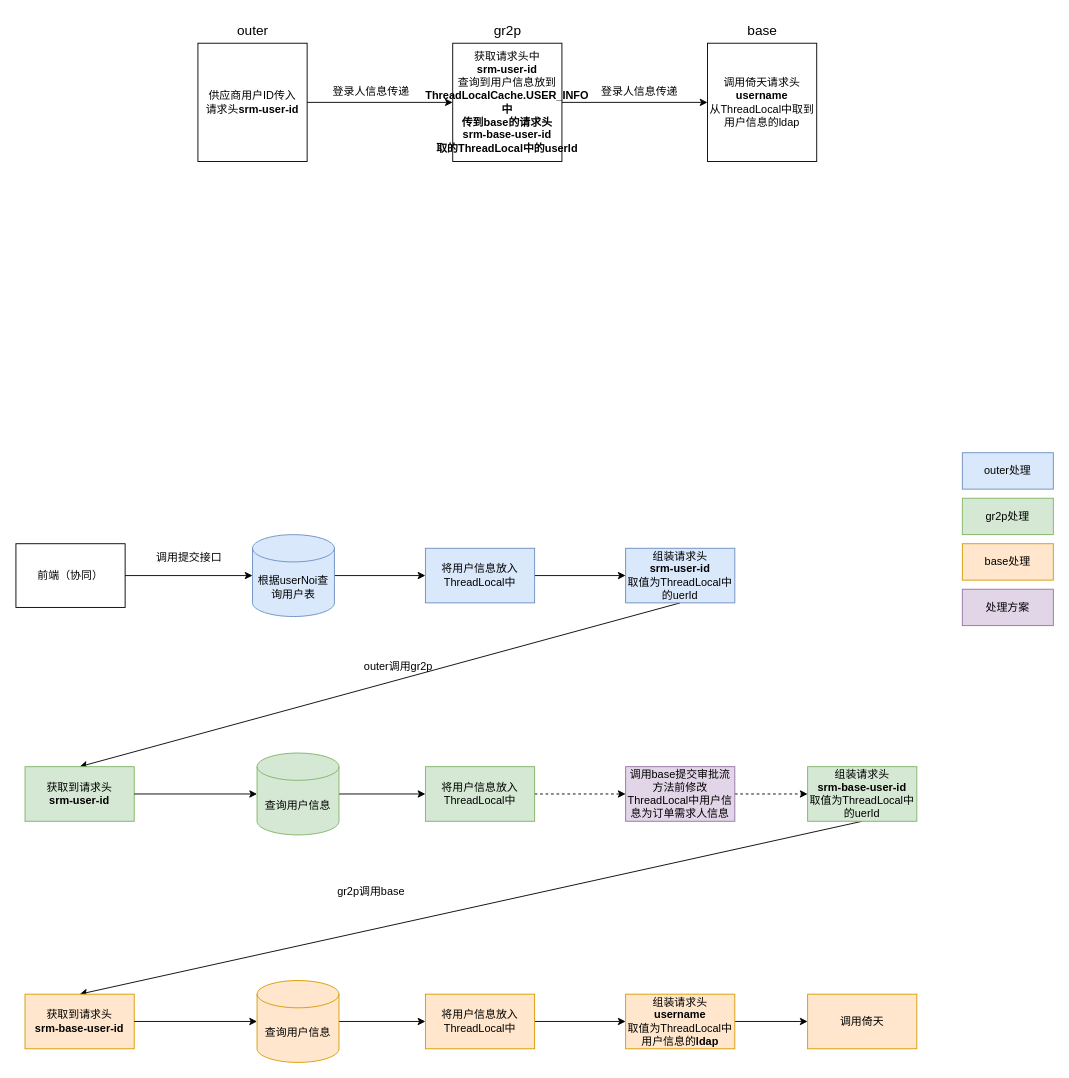
Above: outer请求头传递.drawio in xiaohuihui7726/drawio (draw.io), before the change. Source tidied: cells renumbered, new cells numbered last; positions are measured from the earlier drawing's top-left corner, leaving out a move shared by most shapes. Both pictures are drawn from the tidied source at 91%, with x=0, y=0 at pixel (15, 15).
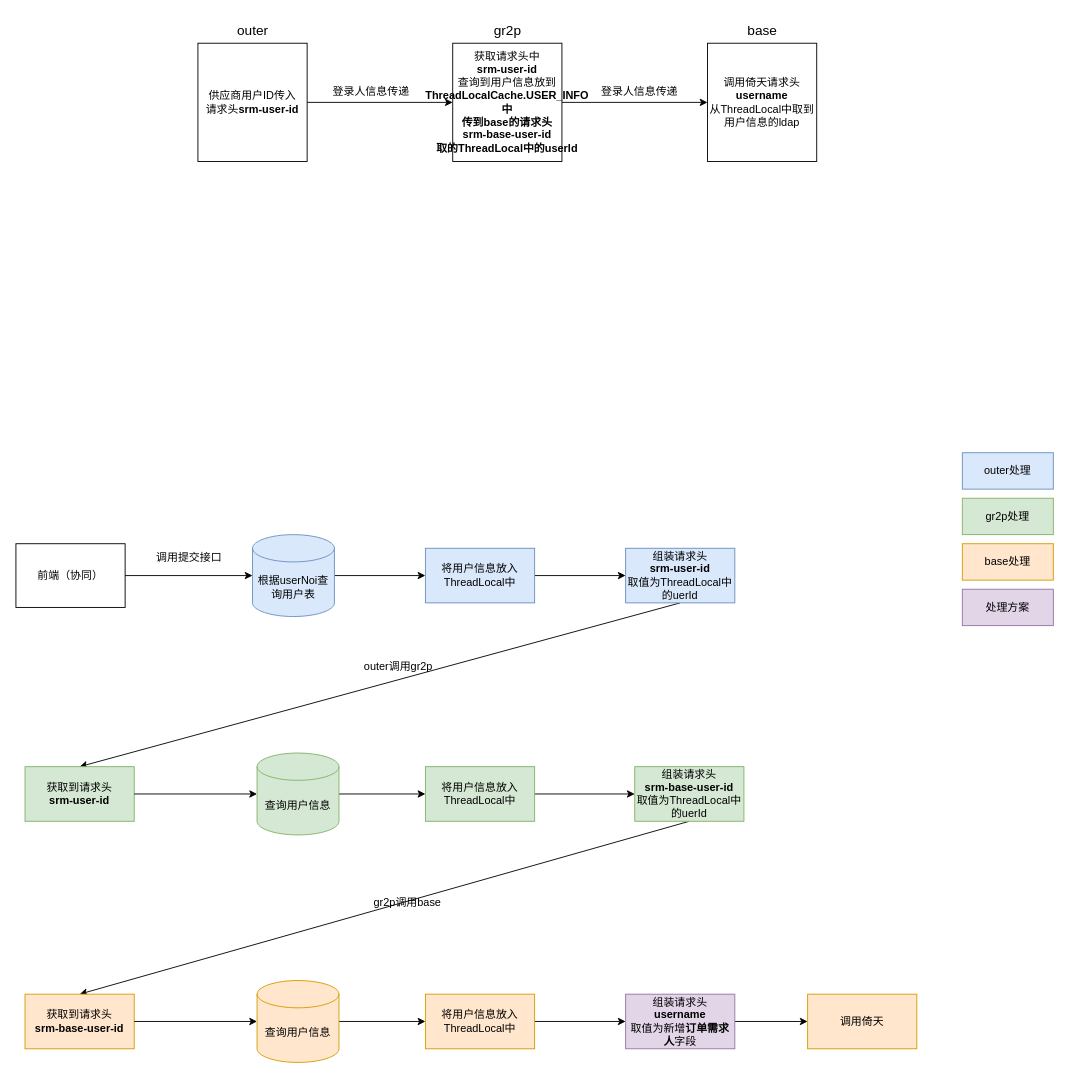
After the change.

Commit message:
更新outer请求头传递.drawio

Unchanged cells that the change refers to:
```xml
<mxCell id="27" value="将用户信息放入ThreadLocal中" style="whiteSpace=wrap;html=1;fillColor=#d5e8d4;strokeColor=#82b366;" parent="1" vertex="1">
  <mxGeometry x="450" y="825" width="120" height="60" as="geometry" />
</mxCell>
```

Change to the diagram source:
```diff
@@
-    <mxCell id="26" style="edgeStyle=orthogonalEdgeStyle;rounded=0;jettySize=auto;html=1;dashed=1;" parent="1" edge="1" source="27" target="30">
-      <mxGeometry relative="1" as="geometry" />
-    </mxCell>
+    <mxCell id="46" style="edgeStyle=orthogonalEdgeStyle;rounded=0;jettySize=auto;html=1;entryX=0;entryY=0.5;entryDx=0;entryDy=0;" parent="1" edge="1" source="27" target="44">
+      <mxGeometry relative="1" as="geometry" />
+    </mxCell>
@@
-    <mxCell id="29" style="edgeStyle=orthogonalEdgeStyle;rounded=0;jettySize=auto;html=1;dashed=1;" parent="1" edge="1" source="30" target="44">
-      <mxGeometry relative="1" as="geometry" />
-    </mxCell>
-    <mxCell id="30" value="调用base提交审批流方法前修改ThreadLocal中用户信息为订单需求人信息" style="whiteSpace=wrap;html=1;fillColor=#e1d5e7;strokeColor=#9673a6;" parent="1" vertex="1">
-      <mxGeometry x="670" y="825" width="120" height="60" as="geometry" />
-    </mxCell>
@@
-    <mxCell id="38" value="组装请求头&lt;div&gt;&lt;b&gt;username&lt;/b&gt;&lt;br&gt;&lt;/div&gt;&lt;div&gt;取值为ThreadLocal中用户信息的&lt;b&gt;ldap&lt;/b&gt;&lt;/div&gt;" style="whiteSpace=wrap;html=1;fillColor=#ffe6cc;strokeColor=#d79b00;" parent="1" vertex="1">
+    <mxCell id="38" value="组装请求头&lt;div&gt;&lt;b&gt;username&lt;/b&gt;&lt;br&gt;&lt;/div&gt;&lt;div&gt;取值为新增&lt;b&gt;订单需求人&lt;/b&gt;字段&lt;/div&gt;" style="whiteSpace=wrap;html=1;fillColor=#e1d5e7;strokeColor=#9673a6;" parent="1" vertex="1">
       <mxGeometry x="670" y="1075" width="120" height="60" as="geometry" />
     </mxCell>
     <mxCell id="39" value="gr2p调用base" style="text;html=1;align=center;verticalAlign=middle;strokeColor=none;fillColor=none;" parent="1" vertex="1">
-      <mxGeometry x="340" y="948" width="100" height="30" as="geometry" />
+      <mxGeometry x="380" y="960" width="100" height="30" as="geometry" />
     </mxCell>
@@
     <mxCell id="44" value="组装请求头&lt;div&gt;&lt;b&gt;srm-base-user-id&lt;/b&gt;&lt;br&gt;&lt;/div&gt;&lt;div&gt;取值为ThreadLocal中的uerId&lt;/div&gt;" style="whiteSpace=wrap;html=1;fillColor=#d5e8d4;strokeColor=#82b366;" parent="1" vertex="1">
-      <mxGeometry x="870" y="825" width="120" height="60" as="geometry" />
+      <mxGeometry x="680" y="825" width="120" height="60" as="geometry" />
     </mxCell>
```
